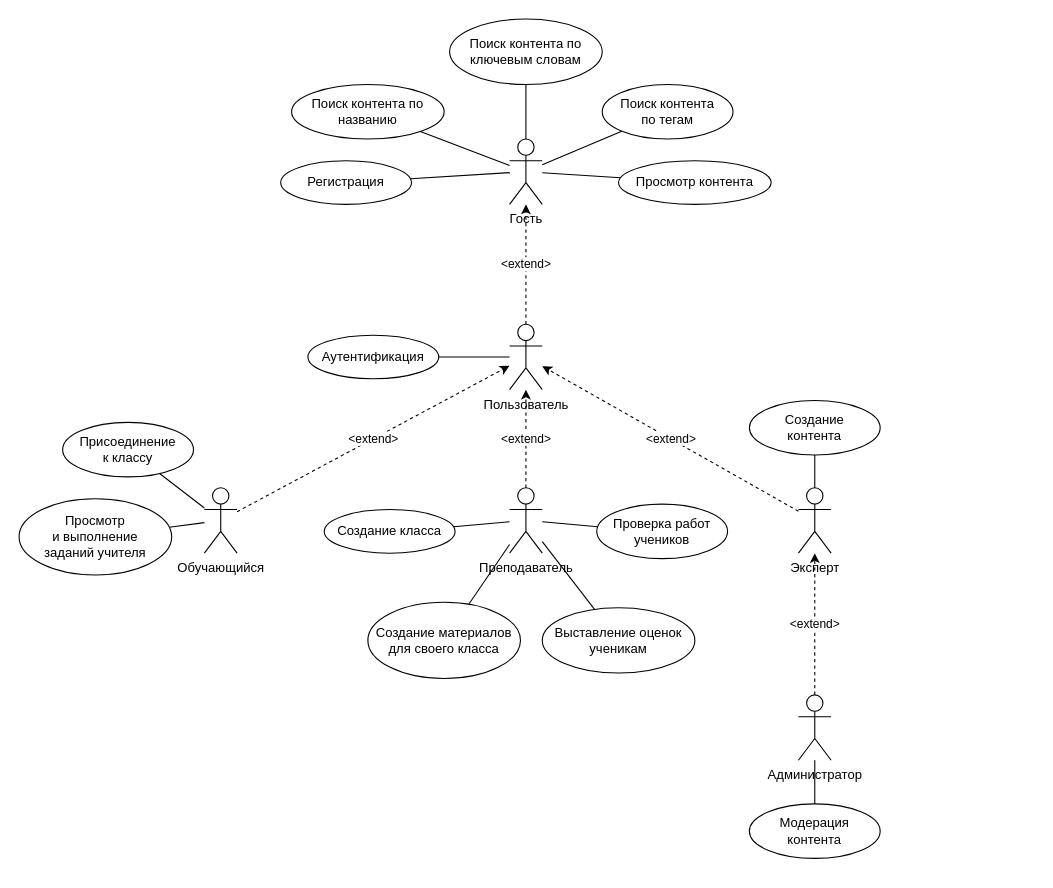
This is ПИС_2.drawio from v-tempe/draw.io, a draw.io file, before an edit. Source tidied: cells renumbered, new cells numbered last; positions are measured from the earlier drawing's top-left corner, leaving out a move shared by most shapes. Both pictures are drawn from the tidied source at 109%, with x=0, y=0 at pixel (19, 19).
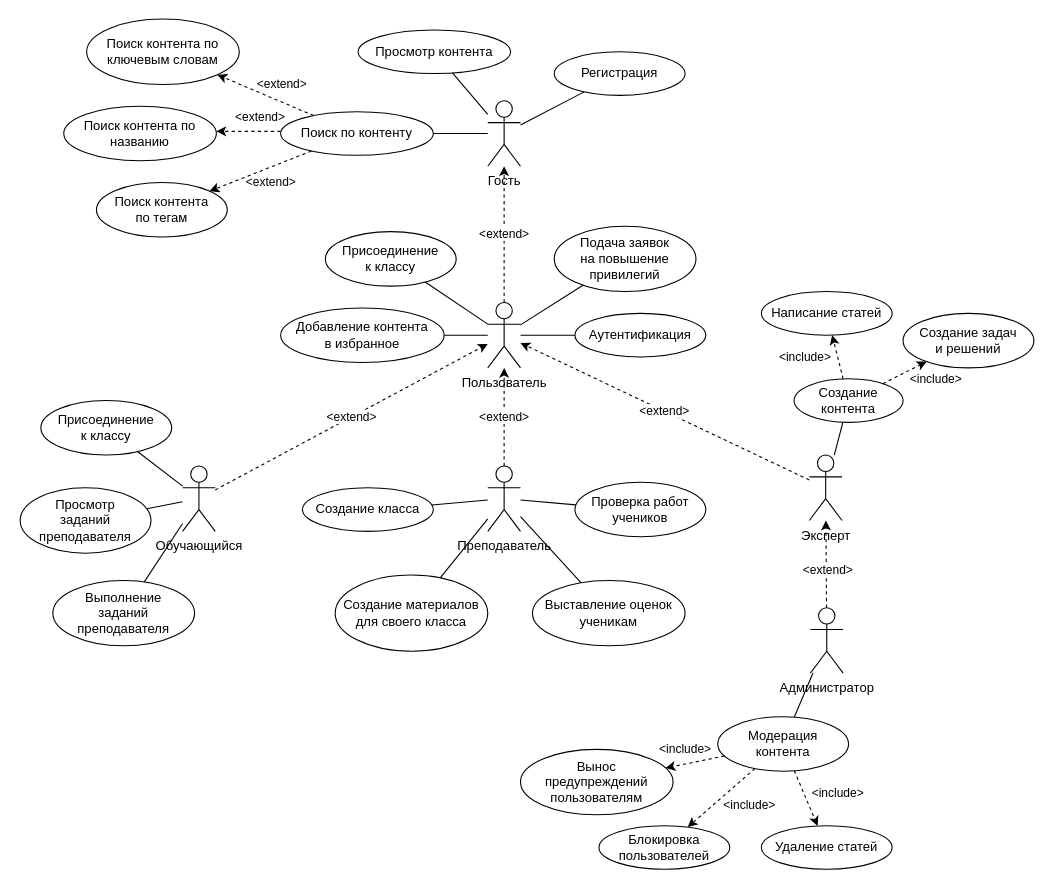
The same page after the edit.

Diff of the diagram source:
```diff
@@
     <mxCell id="2" value="Поиск контента&lt;div&gt;по тегам&lt;/div&gt;" style="ellipse;whiteSpace=wrap;html=1;strokeWidth=1;" parent="1" vertex="1">
-      <mxGeometry x="535" y="60" width="120" height="50" as="geometry" />
+      <mxGeometry x="71" y="150" width="120" height="50" as="geometry" />
     </mxCell>
     <mxCell id="3" value="Поиск контента по ключевым словам" style="ellipse;whiteSpace=wrap;html=1;strokeWidth=1;" parent="1" vertex="1">
-      <mxGeometry x="395" width="140" height="60" as="geometry" />
+      <mxGeometry x="62" width="140" height="60" as="geometry" />
     </mxCell>
     <mxCell id="4" value="Создание&lt;div&gt;контента&lt;/div&gt;" style="ellipse;whiteSpace=wrap;html=1;strokeWidth=1;" parent="1" vertex="1">
-      <mxGeometry x="670" y="350" width="120" height="50" as="geometry" />
+      <mxGeometry x="711" y="330" width="100" height="40" as="geometry" />
     </mxCell>
     <mxCell id="5" value="Регистрация" style="ellipse;whiteSpace=wrap;html=1;strokeWidth=1;" parent="1" vertex="1">
-      <mxGeometry x="240" y="130" width="120" height="40" as="geometry" />
+      <mxGeometry x="491" y="30" width="120" height="40" as="geometry" />
     </mxCell>
     <mxCell id="6" value="Создание материалов для своего класса" style="ellipse;whiteSpace=wrap;html=1;strokeWidth=1;" parent="1" vertex="1">
-      <mxGeometry x="320" y="535" width="140" height="70" as="geometry" />
+      <mxGeometry x="290" y="510" width="140" height="70" as="geometry" />
     </mxCell>
     <mxCell id="7" value="Поиск контента по названию" style="ellipse;whiteSpace=wrap;html=1;strokeWidth=1;" parent="1" vertex="1">
-      <mxGeometry x="250" y="60" width="140" height="50" as="geometry" />
+      <mxGeometry x="41" y="80" width="140" height="50" as="geometry" />
     </mxCell>
     <mxCell id="8" value="Просмотр контента" style="ellipse;whiteSpace=wrap;html=1;strokeWidth=1;" parent="1" vertex="1">
-      <mxGeometry x="550" y="130" width="140" height="40" as="geometry" />
+      <mxGeometry x="311" y="10" width="140" height="40" as="geometry" />
     </mxCell>
     <mxCell id="9" value="Эксперт" style="shape=umlActor;verticalLabelPosition=bottom;verticalAlign=top;html=1;strokeWidth=1;" parent="1" vertex="1">
-      <mxGeometry x="715" y="430" width="30" height="60" as="geometry" />
+      <mxGeometry x="725" y="400" width="30" height="60" as="geometry" />
     </mxCell>
     <mxCell id="10" value="Преподаватель" style="shape=umlActor;verticalLabelPosition=bottom;verticalAlign=top;html=1;strokeWidth=1;" parent="1" vertex="1">
-      <mxGeometry x="450" y="430" width="30" height="60" as="geometry" />
+      <mxGeometry x="430" y="410" width="30" height="60" as="geometry" />
     </mxCell>
     <mxCell id="11" value="Обучающийся" style="shape=umlActor;verticalLabelPosition=bottom;verticalAlign=top;html=1;strokeWidth=1;" parent="1" vertex="1">
-      <mxGeometry x="170" y="430" width="30" height="60" as="geometry" />
+      <mxGeometry x="150" y="410" width="30" height="60" as="geometry" />
     </mxCell>
     <mxCell id="12" value="Пользователь" style="shape=umlActor;verticalLabelPosition=bottom;verticalAlign=top;html=1;strokeWidth=1;" parent="1" vertex="1">
-      <mxGeometry x="450" y="280" width="30" height="60" as="geometry" />
+      <mxGeometry x="430" y="260" width="30" height="60" as="geometry" />
     </mxCell>
     <mxCell id="13" value="Гость" style="shape=umlActor;verticalLabelPosition=bottom;verticalAlign=top;html=1;strokeWidth=1;" parent="1" vertex="1">
-      <mxGeometry x="450" y="110" width="30" height="60" as="geometry" />
+      <mxGeometry x="430" y="75" width="30" height="60" as="geometry" />
     </mxCell>
     <mxCell id="14" value="Администратор" style="shape=umlActor;verticalLabelPosition=bottom;verticalAlign=top;html=1;outlineConnect=0;strokeWidth=1;" parent="1" vertex="1">
-      <mxGeometry x="715" y="620" width="30" height="60" as="geometry" />
+      <mxGeometry x="726" y="540" width="30" height="60" as="geometry" />
     </mxCell>
     <mxCell id="15" value="&lt;span style=&quot;text-align: left;&quot;&gt;Проверка работ учеников&lt;/span&gt;" style="ellipse;whiteSpace=wrap;html=1;strokeWidth=1;" parent="1" vertex="1">
-      <mxGeometry x="530" y="445" width="120" height="50" as="geometry" />
+      <mxGeometry x="510" y="425" width="120" height="50" as="geometry" />
     </mxCell>
     <mxCell id="16" value="&lt;span style=&quot;text-align: left;&quot;&gt;Выставление&amp;nbsp;&lt;/span&gt;&lt;span style=&quot;background-color: transparent; color: light-dark(rgb(0, 0, 0), rgb(255, 255, 255)); text-align: left;&quot;&gt;оценок&lt;/span&gt;&lt;div&gt;&lt;span style=&quot;text-align: left; background-color: transparent; color: light-dark(rgb(0, 0, 0), rgb(255, 255, 255));&quot;&gt;ученикам&lt;/span&gt;&lt;br&gt;&lt;/div&gt;" style="ellipse;whiteSpace=wrap;html=1;strokeWidth=1;" parent="1" vertex="1">
-      <mxGeometry x="480" y="540" width="140" height="60" as="geometry" />
+      <mxGeometry x="471" y="515" width="140" height="60" as="geometry" />
     </mxCell>
-    <mxCell id="17" value="Просмотр&lt;div&gt;и выполнение&lt;/div&gt;&lt;div&gt;заданий учителя&lt;/div&gt;" style="ellipse;whiteSpace=wrap;html=1;strokeWidth=1;" parent="1" vertex="1">
-      <mxGeometry y="440" width="140" height="70" as="geometry" />
+    <mxCell id="17" value="Просмотр&lt;div&gt;заданий преподавателя&lt;/div&gt;" style="ellipse;whiteSpace=wrap;html=1;strokeWidth=1;" parent="1" vertex="1">
+      <mxGeometry x="1" y="430" width="120" height="60" as="geometry" />
     </mxCell>
     <mxCell id="18" value="Создание класса" style="ellipse;whiteSpace=wrap;html=1;strokeWidth=1;" parent="1" vertex="1">
-      <mxGeometry x="280" y="450" width="120" height="40" as="geometry" />
+      <mxGeometry x="260" y="430" width="120" height="40" as="geometry" />
     </mxCell>
     <mxCell id="19" value="Модерация&lt;div&gt;контента&lt;/div&gt;" style="ellipse;whiteSpace=wrap;html=1;strokeWidth=1;" parent="1" vertex="1">
-      <mxGeometry x="670" y="720" width="120" height="50" as="geometry" />
+      <mxGeometry x="641" y="640" width="120" height="50" as="geometry" />
     </mxCell>
     <mxCell id="20" value="Присоединение&lt;div&gt;к классу&lt;/div&gt;" style="ellipse;whiteSpace=wrap;html=1;strokeWidth=1;" parent="1" vertex="1">
-      <mxGeometry x="40" y="370" width="120" height="50" as="geometry" />
+      <mxGeometry x="20" y="350" width="120" height="50" as="geometry" />
     </mxCell>
     <mxCell id="21" value="Аутентификация" style="ellipse;whiteSpace=wrap;html=1;strokeWidth=1;" parent="1" vertex="1">
-      <mxGeometry x="265" y="290" width="120" height="40" as="geometry" />
+      <mxGeometry x="510" y="270" width="120" height="40" as="geometry" />
     </mxCell>
@@
-    <mxCell id="23" style="endArrow=none;html=1;rounded=0;strokeWidth=1;" parent="1" edge="1" source="7" target="13">
-      <mxGeometry relative="1" as="geometry" />
-    </mxCell>
-    <mxCell id="24" style="endArrow=none;html=1;rounded=0;strokeWidth=1;" parent="1" edge="1" source="3" target="13">
-      <mxGeometry relative="1" as="geometry" />
-    </mxCell>
@@
-    <mxCell id="26" style="endArrow=none;html=1;rounded=0;strokeWidth=1;" parent="1" edge="1" source="13" target="2">
-      <mxGeometry relative="1" as="geometry" />
-    </mxCell>
@@
     <mxCell id="39" value="&amp;lt;extend&amp;gt;" style="endArrow=classic;html=1;rounded=0;strokeWidth=1;endFill=1;dashed=1;" parent="1" edge="1" source="14" target="9">
-      <mxGeometry relative="1" as="geometry" />
+      <mxGeometry x="-0.14" y="-1" relative="1" as="geometry" />
     </mxCell>
@@
+    <mxCell id="41" value="Поиск по контенту" style="ellipse;whiteSpace=wrap;html=1;" parent="1" vertex="1">
+      <mxGeometry x="240" y="85" width="140" height="40" as="geometry" />
+    </mxCell>
+    <mxCell id="42" style="endArrow=none;html=1;rounded=0;strokeWidth=1;" parent="1" edge="1" source="13" target="41">
+      <mxGeometry relative="1" as="geometry" />
+    </mxCell>
+    <mxCell id="43" value="Добавление контента&lt;div&gt;&lt;span style=&quot;background-color: transparent; color: light-dark(rgb(0, 0, 0), rgb(255, 255, 255));&quot;&gt;в избранное&lt;/span&gt;&lt;/div&gt;" style="ellipse;whiteSpace=wrap;html=1;" parent="1" vertex="1">
+      <mxGeometry x="240" y="265" width="150" height="50" as="geometry" />
+    </mxCell>
+    <mxCell id="44" style="endArrow=none;html=1;rounded=0;strokeWidth=1;" parent="1" edge="1" source="12" target="43">
+      <mxGeometry relative="1" as="geometry" />
+    </mxCell>
+    <mxCell id="45" value="&lt;div&gt;&lt;span style=&quot;background-color: transparent; color: light-dark(rgb(0, 0, 0), rgb(255, 255, 255));&quot;&gt;Выполнение&lt;/span&gt;&lt;/div&gt;&lt;div&gt;&lt;span style=&quot;background-color: transparent; color: light-dark(rgb(0, 0, 0), rgb(255, 255, 255));&quot;&gt;заданий&lt;/span&gt;&lt;/div&gt;&lt;div&gt;&lt;span style=&quot;background-color: transparent; color: light-dark(rgb(0, 0, 0), rgb(255, 255, 255));&quot;&gt;преподавателя&lt;/span&gt;&lt;br&gt;&lt;/div&gt;" style="ellipse;whiteSpace=wrap;html=1;" parent="1" vertex="1">
+      <mxGeometry x="31" y="515" width="130" height="60" as="geometry" />
+    </mxCell>
+    <mxCell id="46" style="endArrow=none;html=1;rounded=0;strokeWidth=1;" parent="1" edge="1" source="45" target="11">
+      <mxGeometry relative="1" as="geometry" />
+    </mxCell>
+    <mxCell id="47" value="Написание статей" style="ellipse;whiteSpace=wrap;html=1;" parent="1" vertex="1">
+      <mxGeometry x="681" y="250" width="120" height="40" as="geometry" />
+    </mxCell>
+    <mxCell id="48" value="Присоединение&lt;div&gt;к классу&lt;/div&gt;" style="ellipse;whiteSpace=wrap;html=1;" parent="1" vertex="1">
+      <mxGeometry x="281" y="195" width="120" height="50" as="geometry" />
+    </mxCell>
+    <mxCell id="49" value="Подача заявок&lt;div&gt;на повышение привилегий&lt;/div&gt;" style="ellipse;whiteSpace=wrap;html=1;" parent="1" vertex="1">
+      <mxGeometry x="491" y="190" width="130" height="60" as="geometry" />
+    </mxCell>
+    <mxCell id="50" value="Вынос&lt;div&gt;предупреждений пользователям&lt;/div&gt;" style="ellipse;whiteSpace=wrap;html=1;" parent="1" vertex="1">
+      <mxGeometry x="460" y="670" width="140" height="60" as="geometry" />
+    </mxCell>
+    <mxCell id="51" value="Удаление статей" style="ellipse;whiteSpace=wrap;html=1;" parent="1" vertex="1">
+      <mxGeometry x="681" y="740" width="120" height="40" as="geometry" />
+    </mxCell>
+    <mxCell id="52" value="Создание задач&lt;div&gt;и решений&lt;/div&gt;" style="ellipse;whiteSpace=wrap;html=1;" parent="1" vertex="1">
+      <mxGeometry x="811" y="270" width="120" height="50" as="geometry" />
+    </mxCell>
+    <mxCell id="53" style="endArrow=none;html=1;rounded=0;strokeWidth=1;" parent="1" edge="1" source="49" target="12">
+      <mxGeometry relative="1" as="geometry" />
+    </mxCell>
+    <mxCell id="54" style="endArrow=none;html=1;rounded=0;strokeWidth=1;" parent="1" edge="1" source="12" target="48">
+      <mxGeometry relative="1" as="geometry" />
+    </mxCell>
+    <mxCell id="55" value="&amp;lt;include&amp;gt;" style="endArrow=classic;html=1;rounded=0;strokeWidth=1;endFill=1;dashed=1;labelBackgroundColor=none;" parent="1" edge="1" source="4" target="47">
+      <mxGeometry x="0.36" y="29" relative="1" as="geometry" />
+    </mxCell>
+    <mxCell id="56" value="&amp;lt;include&amp;gt;" style="endArrow=classic;html=1;rounded=0;strokeWidth=1;endFill=1;dashed=1;labelBackgroundColor=none;" parent="1" edge="1" source="4" target="52">
+      <mxGeometry x="1" y="-18" relative="1" as="geometry" />
+    </mxCell>
+    <mxCell id="57" value="&lt;span&gt;&amp;lt;include&amp;gt;&lt;/span&gt;" style="endArrow=classic;html=1;rounded=0;strokeWidth=1;endFill=1;dashed=1;labelBackgroundColor=none;" parent="1" edge="1" source="19" target="50">
+      <mxGeometry x="0.24" y="-13" relative="1" as="geometry" />
+    </mxCell>
+    <mxCell id="58" value="&lt;span&gt;&amp;lt;include&amp;gt;&lt;/span&gt;" style="endArrow=classic;html=1;rounded=0;strokeWidth=1;endFill=1;dashed=1;labelBackgroundColor=none;" parent="1" edge="1" source="19" target="51">
+      <mxGeometry x="0.25" y="29" relative="1" as="geometry" />
+    </mxCell>
+    <mxCell id="59" value="&amp;lt;extend&amp;gt;" style="endArrow=classic;html=1;rounded=0;strokeWidth=1;endFill=1;dashed=1;labelBackgroundColor=none;" parent="1" edge="1" source="41" target="2">
+      <mxGeometry x="-0.1" y="13" relative="1" as="geometry" />
+    </mxCell>
+    <mxCell id="60" value="&amp;lt;extend&amp;gt;" style="endArrow=classic;html=1;rounded=0;strokeWidth=1;endFill=1;dashed=1;labelBackgroundColor=none;" parent="1" edge="1">
+      <mxGeometry x="-0.36" y="-13" relative="1" as="geometry">
+        <mxPoint x="240" y="103" as="sourcePoint" />
+        <mxPoint x="181" y="103" as="targetPoint" />
+      </mxGeometry>
+    </mxCell>
+    <mxCell id="61" value="&amp;lt;extend&amp;gt;" style="endArrow=classic;html=1;rounded=0;strokeWidth=1;endFill=1;dashed=1;labelBackgroundColor=none;" parent="1" edge="1" source="41" target="3">
+      <mxGeometry x="-0.2" y="-15" relative="1" as="geometry" />
+    </mxCell>
+    <mxCell id="62" value="Блокировка пользователей" style="ellipse;whiteSpace=wrap;html=1;" parent="1" vertex="1">
+      <mxGeometry x="532" y="740" width="120" height="40" as="geometry" />
+    </mxCell>
+    <mxCell id="63" value="&lt;span&gt;&amp;lt;include&amp;gt;&lt;/span&gt;" style="endArrow=classic;html=1;rounded=0;strokeWidth=1;endFill=1;dashed=1;labelBackgroundColor=none;" parent="1" edge="1" source="19" target="62">
+      <mxGeometry x="-0.4" y="22" relative="1" as="geometry">
+        <mxPoint x="-1" as="offset" />
+      </mxGeometry>
+    </mxCell>
```
